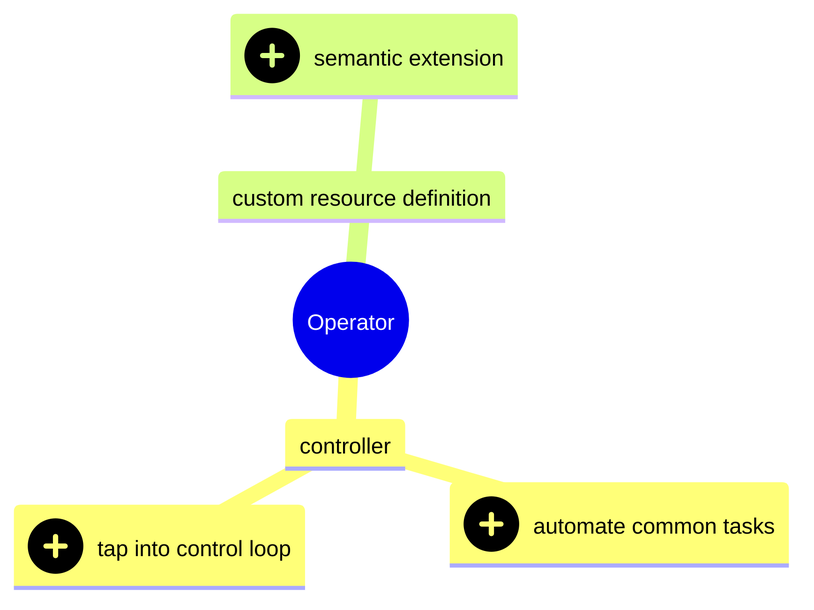
The Mermaid diagram mermaid/operator-split02.png in gerald1248/operator-antipattern-slides, before a commit. Its source is kept beside it as mermaid/operator-split02.mmd.
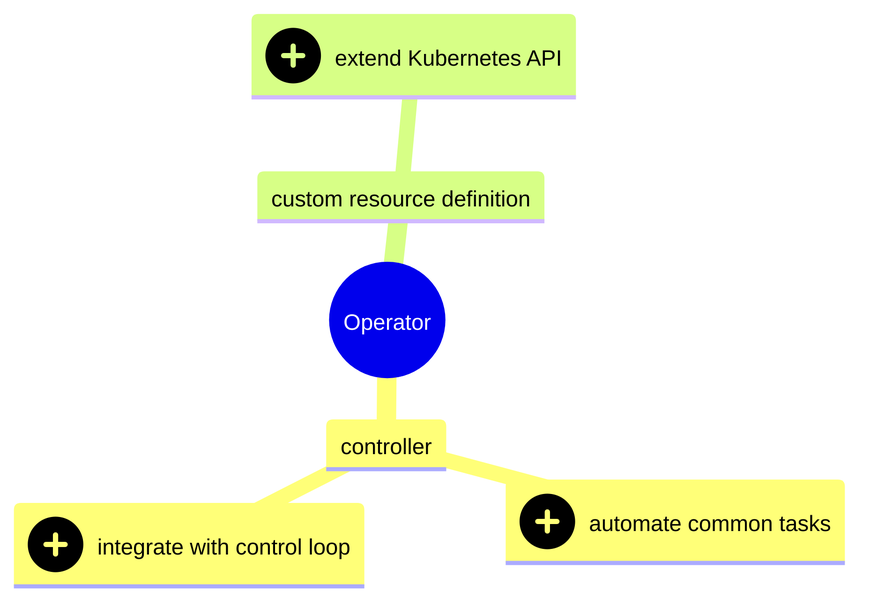
Later version of the same file.

Change to the diagram source:
```diff
@@ -3,8 +3,8 @@
     controller
       automate common tasks
       ::icon(fa fa-plus-circle)
-      tap into control loop
+      integrate with control loop
       ::icon(fa fa-plus-circle)
     custom resource definition
-      semantic extension
+      extend Kubernetes API
       ::icon(fa fa-plus-circle)
```
